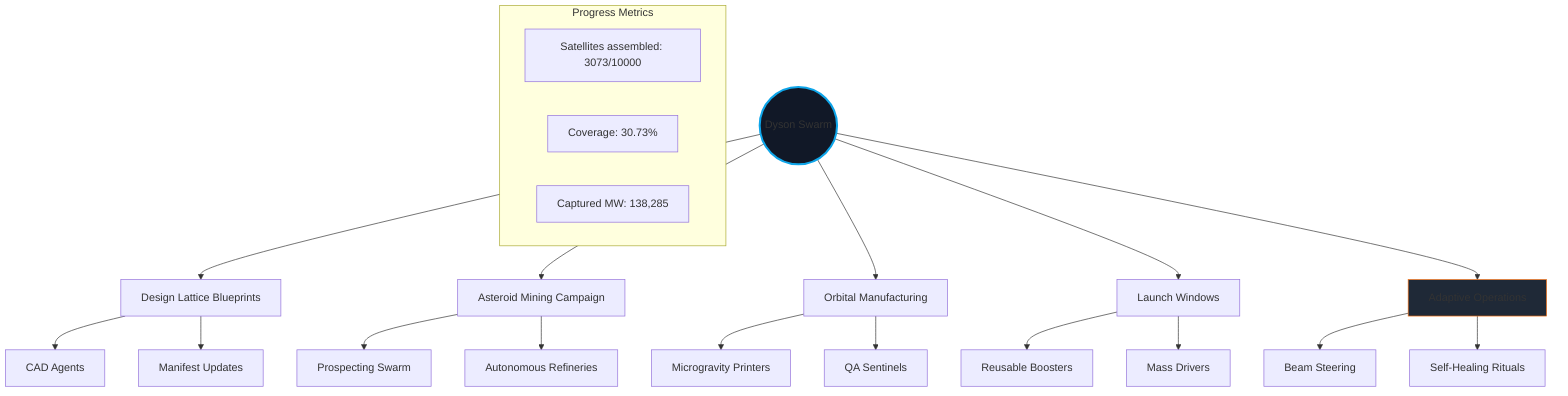
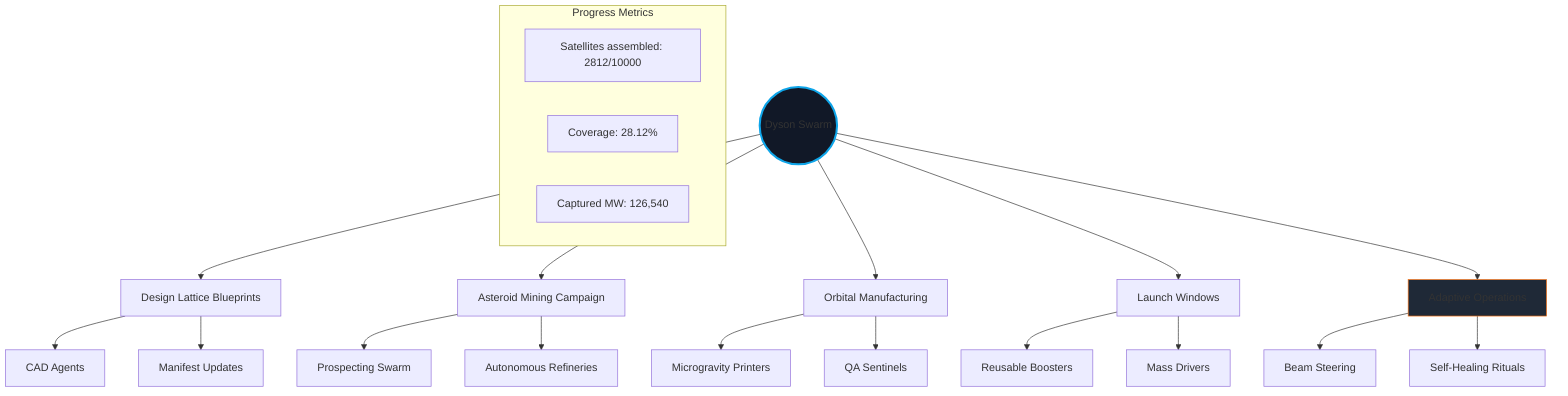
---
title Dyson Swarm Execution Tree
---
flowchart TB
    root((Dyson Swarm))
    root --> design[Design Lattice Blueprints]
    root --> mining[Asteroid Mining Campaign]
    root --> manufacturing[Orbital Manufacturing]
    root --> launch[Launch Windows]
    root --> operations[Adaptive Operations]

    design --> cad[CAD Agents]
    design --> governance[Manifest Updates]

    mining --> probes[Prospecting Swarm]
    mining --> refineries[Autonomous Refineries]

    manufacturing --> printers[Microgravity Printers]
    manufacturing --> qa[QA Sentinels]

    launch --> boosters[Reusable Boosters]
    launch --> elevators[Mass Drivers]

    operations --> control[Beam Steering]
    operations --> maintenance[Self-Healing Rituals]

    style root fill:#111827,stroke:#0ea5e9,stroke-width:3px
    style operations fill:#1f2937,stroke:#f97316
    subgraph Progress Metrics
-         built[Satellites assembled: 3073/10000]
-         coverage[Coverage: 30.73%]
-         mw[Captured MW: 138,285]
+         built[Satellites assembled: 2812/10000]
+         coverage[Coverage: 28.12%]
+         mw[Captured MW: 126,540]
    end

